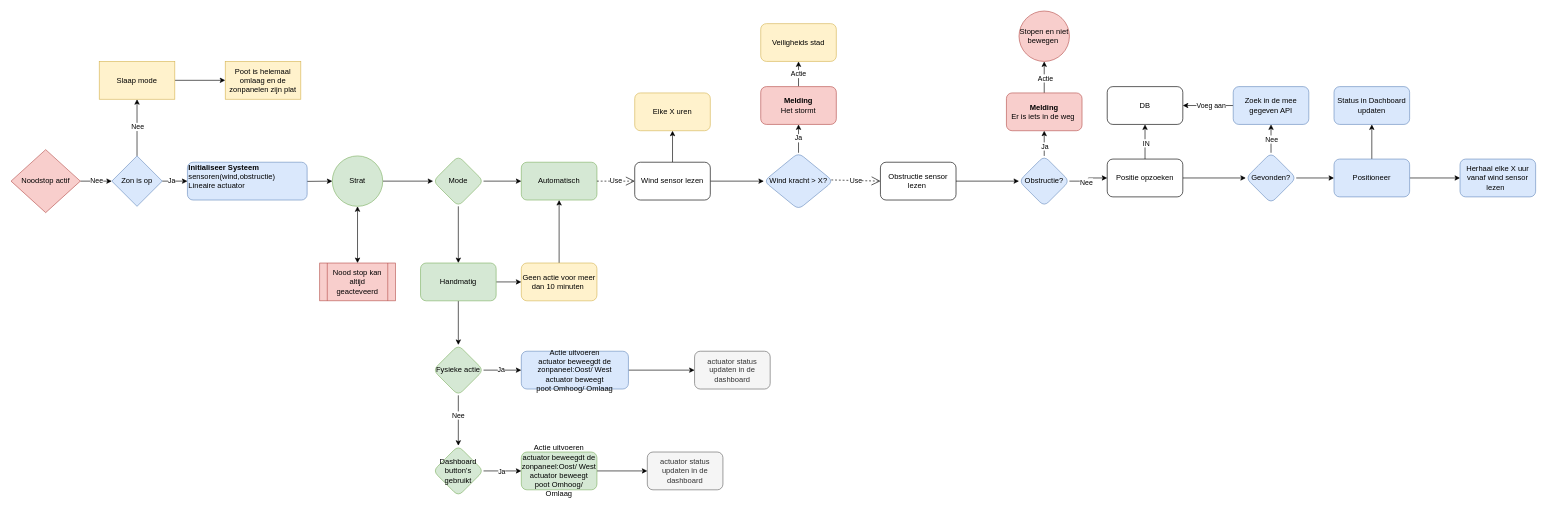
Ogulcan2005/Solar_tracker keeps this draw.io diagram as Solar tracker.drawio. Above is the earlier version. Source tidied: cells renumbered, new cells numbered last; positions are measured from the earlier drawing's top-left corner, leaving out a move shared by most shapes. Both pictures are drawn from the tidied source at 63%, with x=0, y=0 at pixel (11, 11).
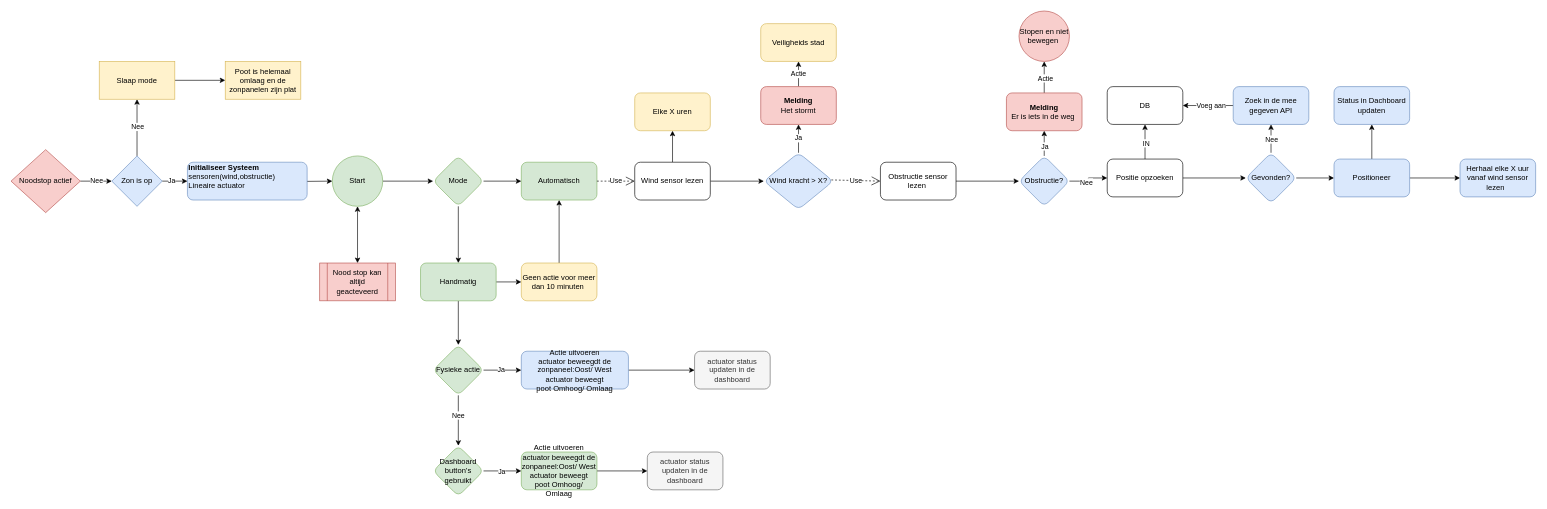
After the change.

The edit, as a diff of the source:
```diff
@@
-    <mxCell id="4" value="Noodstop actif" style="rhombus;whiteSpace=wrap;html=1;fillColor=#f8cecc;strokeColor=#b85450;" parent="1" vertex="1">
+    <mxCell id="4" value="Noodstop actief" style="rhombus;whiteSpace=wrap;html=1;fillColor=#f8cecc;strokeColor=#b85450;" parent="1" vertex="1">
       <mxGeometry y="220" width="110" height="100" as="geometry" />
     </mxCell>
@@
-    <mxCell id="7" value="Strat" style="ellipse;whiteSpace=wrap;html=1;align=center;fillColor=#d5e8d4;rounded=1;strokeColor=#82b366;" parent="1" vertex="1">
+    <mxCell id="7" value="Start" style="ellipse;whiteSpace=wrap;html=1;align=center;fillColor=#d5e8d4;rounded=1;strokeColor=#82b366;" parent="1" vertex="1">
       <mxGeometry x="510" y="230" width="80" height="80" as="geometry" />
     </mxCell>
```
